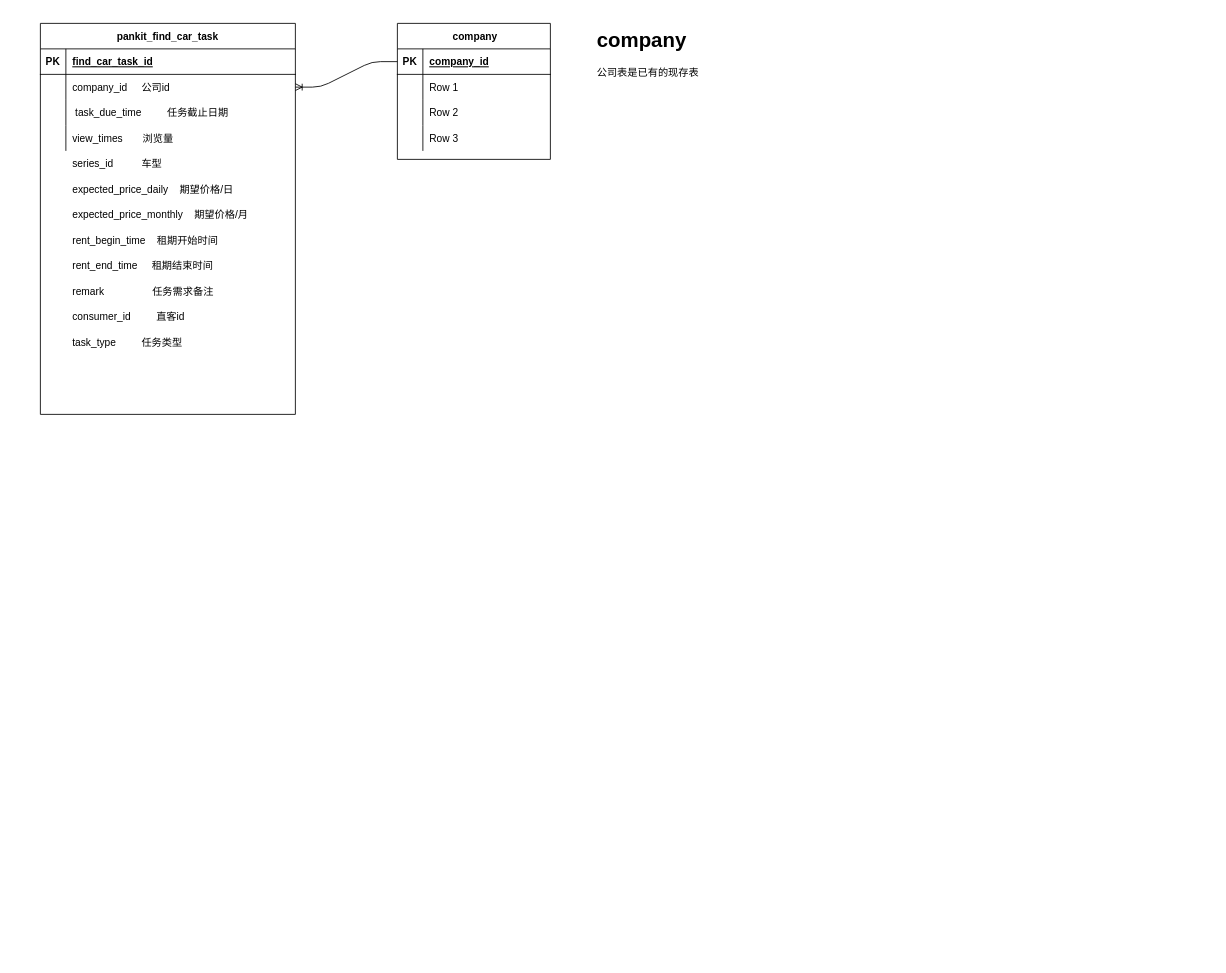
Above: 智享调车表设计.drawio in yangrenqing/yangrenqing (draw.io), before the change. Source tidied: cells renumbered, new cells numbered last; positions are measured from the earlier drawing's top-left corner, leaving out a move shared by most shapes. Both pictures are drawn from the tidied source at 85%, with x=0, y=0 at pixel (40, 23).
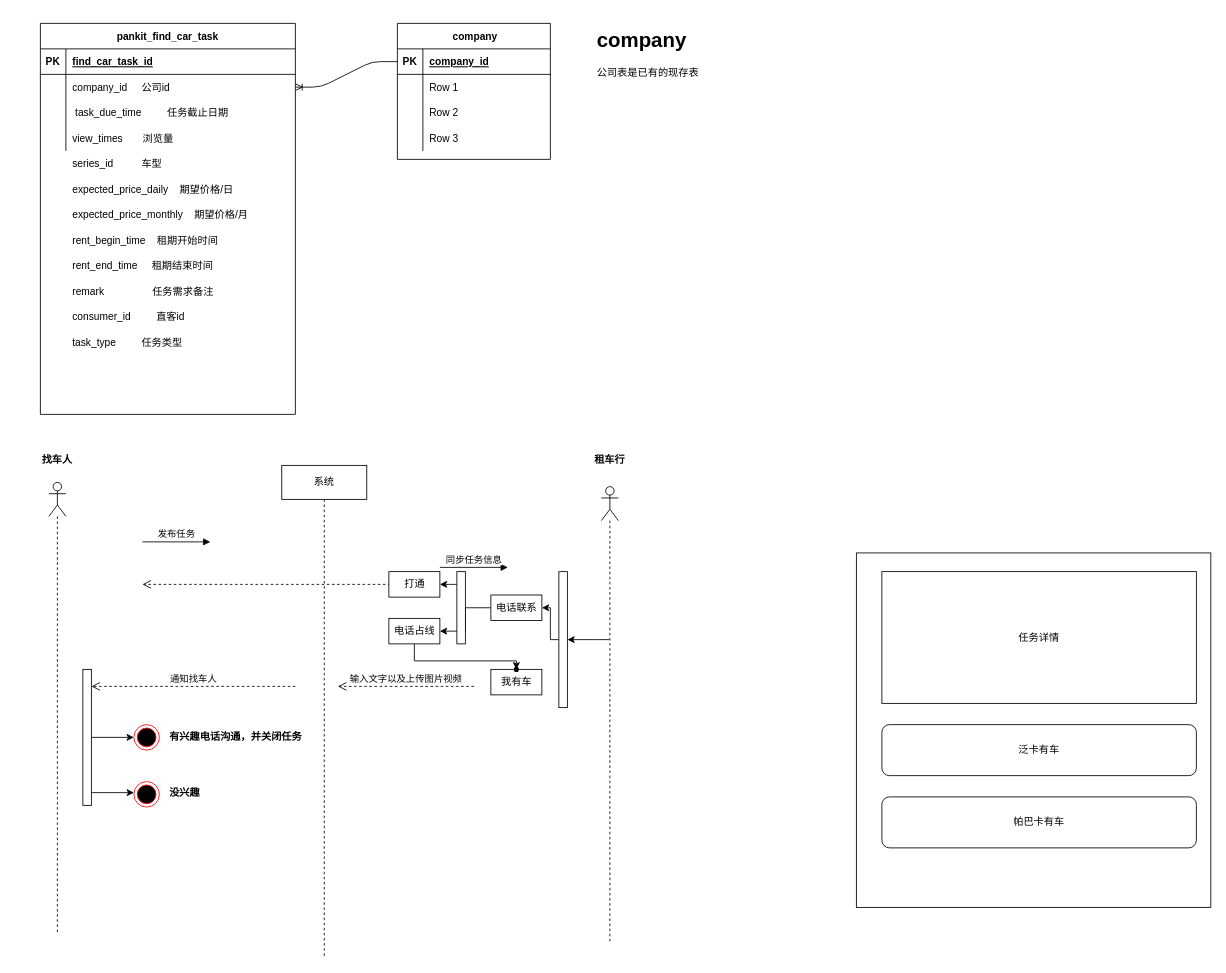
The same page after the edit.

Commit message:
Update 智享调车表设计.drawio

Diff of the diagram source:
```diff
@@
+    <mxCell id="38" style="shape=umlLifeline;participant=umlActor;perimeter=lifelinePerimeter;whiteSpace=wrap;html=1;verticalAlign=top;spacingTop=36;" parent="1" vertex="1">
+      <mxGeometry x="10" y="540" width="20" height="530" as="geometry" />
+    </mxCell>
+    <mxCell id="39" style="edgeStyle=orthogonalEdgeStyle;rounded=0;jettySize=auto;html=1;" parent="1" edge="1" source="40" target="49">
+      <mxGeometry relative="1" as="geometry">
+        <Array as="points">
+          <mxPoint x="650" y="725" />
+          <mxPoint x="650" y="725" />
+        </Array>
+      </mxGeometry>
+    </mxCell>
+    <mxCell id="40" style="shape=umlLifeline;participant=umlActor;perimeter=lifelinePerimeter;whiteSpace=wrap;html=1;verticalAlign=top;spacingTop=36;outlineConnect=0;" parent="1" vertex="1">
+      <mxGeometry x="660" y="545" width="20" height="535" as="geometry" />
+    </mxCell>
+    <mxCell id="41" value="系统" style="shape=umlLifeline;perimeter=lifelinePerimeter;whiteSpace=wrap;html=1;" parent="1" vertex="1">
+      <mxGeometry x="284" y="520" width="100" height="580" as="geometry" />
+    </mxCell>
+    <mxCell id="42" value="输入文字以及上传图片视频" style="html=1;verticalAlign=bottom;endArrow=open;dashed=1;endSize=8;" parent="41" edge="1">
+      <mxGeometry relative="1" as="geometry">
+        <mxPoint x="226" y="260" as="sourcePoint" />
+        <mxPoint x="66" y="260" as="targetPoint" />
+      </mxGeometry>
+    </mxCell>
+    <mxCell id="43" style="html=1;verticalAlign=bottom;endArrow=open;dashed=1;endSize=8;" parent="41" edge="1">
+      <mxGeometry relative="1" as="geometry">
+        <mxPoint x="146" y="140" as="sourcePoint" />
+        <mxPoint x="-164" y="140" as="targetPoint" />
+      </mxGeometry>
+    </mxCell>
+    <mxCell id="44" value="找车人" style="text;align=center;fontStyle=1;verticalAlign=middle;spacingLeft=3;spacingRight=3;strokeColor=none;" parent="1" vertex="1">
+      <mxGeometry x="-30" y="500" width="100" height="26" as="geometry" />
+    </mxCell>
+    <mxCell id="45" value="租车行" style="text;align=center;fontStyle=1;verticalAlign=middle;spacingLeft=3;spacingRight=3;strokeColor=none;" parent="1" vertex="1">
+      <mxGeometry x="620" y="500" width="100" height="26" as="geometry" />
+    </mxCell>
+    <mxCell id="46" value="发布任务" style="html=1;verticalAlign=bottom;endArrow=block;" parent="1" edge="1">
+      <mxGeometry relative="1" as="geometry">
+        <mxPoint x="120" y="610" as="sourcePoint" />
+        <mxPoint x="200" y="610" as="targetPoint" />
+      </mxGeometry>
+    </mxCell>
+    <mxCell id="47" value="同步任务信息" style="html=1;verticalAlign=bottom;endArrow=block;" parent="1" edge="1">
+      <mxGeometry relative="1" as="geometry">
+        <mxPoint x="470" y="640" as="sourcePoint" />
+        <mxPoint x="550" y="640" as="targetPoint" />
+      </mxGeometry>
+    </mxCell>
+    <mxCell id="48" style="edgeStyle=orthogonalEdgeStyle;rounded=0;jettySize=auto;html=1;entryX=1;entryY=0.5;entryDx=0;entryDy=0;" parent="1" edge="1" source="49" target="51">
+      <mxGeometry relative="1" as="geometry">
+        <Array as="points">
+          <mxPoint x="600" y="725" />
+          <mxPoint x="600" y="688" />
+        </Array>
+      </mxGeometry>
+    </mxCell>
+    <mxCell id="49" style="html=1;points=[];perimeter=orthogonalPerimeter;" parent="1" vertex="1">
+      <mxGeometry x="610" y="645" width="10" height="160" as="geometry" />
+    </mxCell>
+    <mxCell id="50" style="edgeStyle=orthogonalEdgeStyle;rounded=0;jettySize=auto;html=1;" parent="1" edge="1" source="51" target="57">
+      <mxGeometry relative="1" as="geometry" />
+    </mxCell>
+    <mxCell id="51" value="电话联系" style="html=1;" parent="1" vertex="1">
+      <mxGeometry x="530" y="672.5" width="60" height="30" as="geometry" />
+    </mxCell>
+    <mxCell id="52" style="edgeStyle=orthogonalEdgeStyle;rounded=0;jettySize=auto;html=1;entryX=1;entryY=0.5;entryDx=0;entryDy=0;" parent="1" edge="1" source="53" target="55">
+      <mxGeometry relative="1" as="geometry">
+        <Array as="points">
+          <mxPoint x="480" y="660" />
+          <mxPoint x="480" y="660" />
+        </Array>
+      </mxGeometry>
+    </mxCell>
+    <mxCell id="53" style="html=1;points=[];perimeter=orthogonalPerimeter;" parent="1" vertex="1">
+      <mxGeometry x="490" y="645" width="10" height="85" as="geometry" />
+    </mxCell>
+    <mxCell id="54" value="我有车" style="html=1;" parent="1" vertex="1">
+      <mxGeometry x="530" y="760" width="60" height="30" as="geometry" />
+    </mxCell>
+    <mxCell id="55" value="打通" style="html=1;" parent="1" vertex="1">
+      <mxGeometry x="410" y="645" width="60" height="30" as="geometry" />
+    </mxCell>
+    <mxCell id="56" style="edgeStyle=orthogonalEdgeStyle;rounded=0;jettySize=auto;html=1;" parent="1" edge="1" source="57" target="58">
+      <mxGeometry relative="1" as="geometry">
+        <Array as="points">
+          <mxPoint x="440" y="750" />
+          <mxPoint x="560" y="750" />
+        </Array>
+      </mxGeometry>
+    </mxCell>
+    <mxCell id="57" value="电话占线" style="html=1;" parent="1" vertex="1">
+      <mxGeometry x="410" y="700" width="60" height="30" as="geometry" />
+    </mxCell>
+    <mxCell id="58" style="shape=waypoint;size=6;points=[];fillColor=#ffffff;perimeter=centerPerimeter;snapToPoint=1;" parent="1" vertex="1">
+      <mxGeometry x="540" y="740" width="40" height="40" as="geometry" />
+    </mxCell>
+    <mxCell id="59" value="通知找车人" style="html=1;verticalAlign=bottom;endArrow=open;dashed=1;endSize=8;" parent="1" edge="1">
+      <mxGeometry relative="1" as="geometry">
+        <mxPoint x="300" y="780" as="sourcePoint" />
+        <mxPoint x="60" y="780" as="targetPoint" />
+      </mxGeometry>
+    </mxCell>
+    <mxCell id="60" style="edgeStyle=orthogonalEdgeStyle;rounded=0;jettySize=auto;html=1;" parent="1" edge="1" source="62" target="63">
+      <mxGeometry relative="1" as="geometry">
+        <Array as="points">
+          <mxPoint x="70" y="905" />
+          <mxPoint x="70" y="905" />
+        </Array>
+      </mxGeometry>
+    </mxCell>
+    <mxCell id="61" style="edgeStyle=orthogonalEdgeStyle;rounded=0;jettySize=auto;html=1;" parent="1" edge="1" source="62" target="65">
+      <mxGeometry relative="1" as="geometry" />
+    </mxCell>
+    <mxCell id="62" style="html=1;points=[];perimeter=orthogonalPerimeter;" parent="1" vertex="1">
+      <mxGeometry x="50" y="760" width="10" height="160" as="geometry" />
+    </mxCell>
+    <mxCell id="63" style="ellipse;html=1;shape=endState;fillColor=#000000;strokeColor=#ff0000;" parent="1" vertex="1">
+      <mxGeometry x="110" y="892" width="30" height="30" as="geometry" />
+    </mxCell>
+    <mxCell id="64" value="没兴趣" style="text;align=center;fontStyle=1;verticalAlign=middle;spacingLeft=3;spacingRight=3;strokeColor=none;" parent="1" vertex="1">
+      <mxGeometry x="130" y="892" width="80" height="26" as="geometry" />
+    </mxCell>
+    <mxCell id="65" style="ellipse;html=1;shape=endState;fillColor=#000000;strokeColor=#ff0000;" parent="1" vertex="1">
+      <mxGeometry x="110" y="825" width="30" height="30" as="geometry" />
+    </mxCell>
+    <mxCell id="66" value="有兴趣电话沟通，并关闭任务" style="text;align=center;fontStyle=1;verticalAlign=middle;spacingLeft=3;spacingRight=3;strokeColor=none;" parent="1" vertex="1">
+      <mxGeometry x="150" y="825" width="160" height="26" as="geometry" />
+    </mxCell>
+    <mxCell id="67" style="whiteSpace=wrap;html=1;" parent="1" vertex="1">
+      <mxGeometry x="960" y="623" width="417" height="417" as="geometry" />
+    </mxCell>
+    <mxCell id="68" value="任务详情" style="rounded=0;whiteSpace=wrap;html=1;" parent="1" vertex="1">
+      <mxGeometry x="990" y="645" width="370" height="155" as="geometry" />
+    </mxCell>
+    <mxCell id="69" value="泛卡有车" style="rounded=1;whiteSpace=wrap;html=1;" parent="1" vertex="1">
+      <mxGeometry x="990" y="825" width="370" height="60" as="geometry" />
+    </mxCell>
+    <mxCell id="70" value="帕巴卡有车" style="rounded=1;whiteSpace=wrap;html=1;" parent="1" vertex="1">
+      <mxGeometry x="990" y="910" width="370" height="60" as="geometry" />
+    </mxCell>
```
